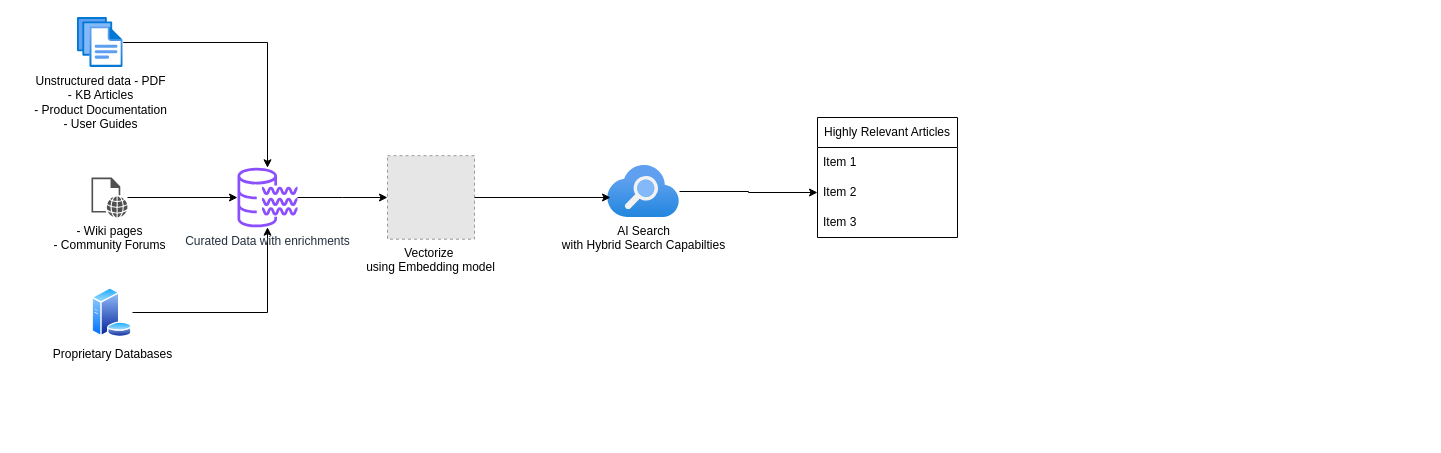
Above: RAG Pipeline.drawio in anildwarepo/draw.io-artifacts (draw.io), before the change. Source tidied: cells renumbered, new cells numbered last; positions are measured from the earlier drawing's top-left corner, leaving out a move shared by most shapes. Both pictures are drawn from the tidied source at 100%, with x=0, y=0 at pixel (77, 17). Pictures stored in the file or linked from it are replaced by grey dashed boxes.
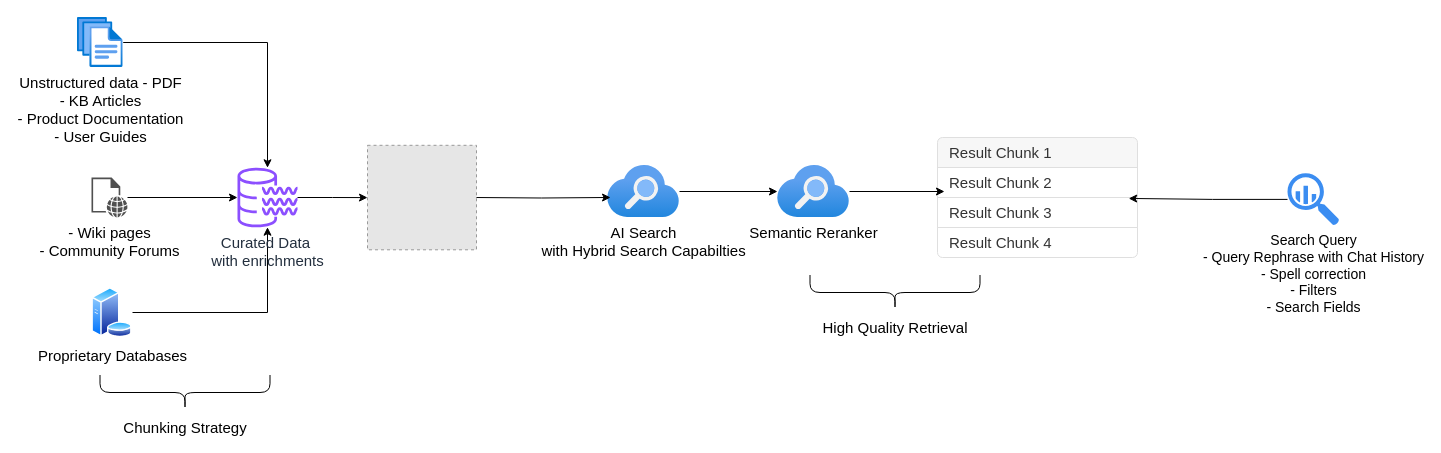
After the change.

Change to the diagram source:
```diff
@@
-    <mxCell id="2" style="edgeStyle=orthogonalEdgeStyle;rounded=0;jettySize=auto;html=1;" parent="1" edge="1" source="3" target="9">
+    <mxCell id="2" style="edgeStyle=orthogonalEdgeStyle;rounded=0;jettySize=auto;html=1;fontSize=15;" parent="1" edge="1" source="3" target="9">
       <mxGeometry relative="1" as="geometry" />
     </mxCell>
-    <mxCell id="3" value="Unstructured data - PDF&lt;div&gt;- KB Articles&lt;/div&gt;&lt;div&gt;- Product Documentation&lt;/div&gt;&lt;div&gt;- User Guides&lt;/div&gt;" style="image;html=1;points=[];align=center;fontSize=12;image=img/lib/azure2/general/Files.svg;" parent="1" vertex="1">
+    <mxCell id="3" value="Unstructured data - PDF&lt;div style=&quot;font-size: 15px;&quot;&gt;- KB Articles&lt;/div&gt;&lt;div style=&quot;font-size: 15px;&quot;&gt;- Product Documentation&lt;/div&gt;&lt;div style=&quot;font-size: 15px;&quot;&gt;- User Guides&lt;/div&gt;" style="image;html=1;points=[];align=center;fontSize=15;image=img/lib/azure2/general/Files.svg;" parent="1" vertex="1">
       <mxGeometry width="45.7" height="50" as="geometry" />
     </mxCell>
-    <mxCell id="4" style="edgeStyle=orthogonalEdgeStyle;rounded=0;jettySize=auto;html=1;" parent="1" edge="1" source="5" target="9">
+    <mxCell id="4" style="edgeStyle=orthogonalEdgeStyle;rounded=0;jettySize=auto;html=1;fontSize=15;" parent="1" edge="1" source="5" target="9">
       <mxGeometry relative="1" as="geometry" />
     </mxCell>
-    <mxCell id="5" value="- Wiki pages&lt;div&gt;- Community Forums&lt;/div&gt;" style="sketch=0;shadow=0;dashed=0;html=1;strokeColor=none;fillColor=#505050;labelPosition=center;verticalLabelPosition=bottom;verticalAlign=top;outlineConnect=0;align=center;shape=mxgraph.office.concepts.web_page;" parent="1" vertex="1">
+    <mxCell id="5" value="- Wiki pages&lt;div style=&quot;font-size: 15px;&quot;&gt;- Community Forums&lt;/div&gt;" style="sketch=0;shadow=0;dashed=0;html=1;strokeColor=none;fillColor=#505050;labelPosition=center;verticalLabelPosition=bottom;verticalAlign=top;outlineConnect=0;align=center;shape=mxgraph.office.concepts.web_page;fontSize=15;" parent="1" vertex="1">
       <mxGeometry x="14" y="160" width="36" height="40" as="geometry" />
     </mxCell>
-    <mxCell id="6" style="edgeStyle=orthogonalEdgeStyle;rounded=0;jettySize=auto;html=1;" parent="1" edge="1" source="7" target="9">
+    <mxCell id="6" style="edgeStyle=orthogonalEdgeStyle;rounded=0;jettySize=auto;html=1;fontSize=15;" parent="1" edge="1" source="7" target="9">
       <mxGeometry relative="1" as="geometry" />
     </mxCell>
-    <mxCell id="7" value="Proprietary Databases" style="image;perimeter=ellipsePerimeter;html=1;align=center;shadow=0;dashed=0;spacingTop=3;image=img/lib/active_directory/database_server.svg;" parent="1" vertex="1">
+    <mxCell id="7" value="Proprietary Databases" style="image;perimeter=ellipsePerimeter;html=1;align=center;shadow=0;dashed=0;spacingTop=3;image=img/lib/active_directory/database_server.svg;fontSize=15;" parent="1" vertex="1">
       <mxGeometry x="14" y="270" width="41" height="50" as="geometry" />
     </mxCell>
-    <mxCell id="8" style="edgeStyle=orthogonalEdgeStyle;rounded=0;jettySize=auto;html=1;" parent="1" edge="1" source="9" target="10">
-      <mxGeometry relative="1" as="geometry" />
-    </mxCell>
+    <mxCell id="18" style="edgeStyle=orthogonalEdgeStyle;rounded=0;jettySize=auto;html=1;" parent="1" edge="1" source="9" target="29">
+      <mxGeometry relative="1" as="geometry" />
+    </mxCell>
-    <mxCell id="9" value="Curated Data with enrichments" style="sketch=0;outlineConnect=0;fontColor=#232F3E;gradientColor=none;fillColor=#8C4FFF;strokeColor=none;dashed=0;verticalLabelPosition=bottom;verticalAlign=top;align=center;html=1;fontSize=12;fontStyle=0;shape=mxgraph.aws4.data_lake_resource_icon;" parent="1" vertex="1">
+    <mxCell id="9" value="Curated Data&amp;nbsp;&lt;div&gt;with enrichments&lt;/div&gt;" style="sketch=0;outlineConnect=0;fontColor=#232F3E;gradientColor=none;fillColor=#8C4FFF;strokeColor=none;dashed=0;verticalLabelPosition=bottom;verticalAlign=top;align=center;html=1;fontSize=15;fontStyle=0;shape=mxgraph.aws4.data_lake_resource_icon;" parent="1" vertex="1">
       <mxGeometry x="160" y="150" width="60" height="60" as="geometry" />
     </mxCell>
-    <mxCell id="10" value="Vectorize &#10;using Embedding model" style="fillColor=#E6E6E6;strokeColor=#999999;dashed=1;verticalLabelPosition=bottom;labelBackgroundColor=default;verticalAlign=top;" parent="1" vertex="1">
-      <mxGeometry x="310" y="138.2" width="87" height="83.5" as="geometry" />
-    </mxCell>
-    <mxCell id="11" style="edgeStyle=orthogonalEdgeStyle;rounded=0;jettySize=auto;html=1;entryX=0;entryY=0.5;entryDx=0;entryDy=0;" parent="1" edge="1" source="12" target="16">
-      <mxGeometry relative="1" as="geometry" />
-    </mxCell>
+    <mxCell id="19" style="edgeStyle=orthogonalEdgeStyle;rounded=0;jettySize=auto;html=1;fontSize=15;" parent="1" edge="1" source="12" target="20">
+      <mxGeometry relative="1" as="geometry" />
+    </mxCell>
-    <mxCell id="12" value="AI Search&lt;div&gt;with Hybrid Search Capabilties&lt;/div&gt;" style="image;html=1;points=[];align=center;fontSize=12;image=img/lib/azure2/app_services/Search_Services.svg;" parent="1" vertex="1">
+    <mxCell id="12" value="AI Search&lt;div style=&quot;font-size: 15px;&quot;&gt;with Hybrid Search Capabilties&lt;/div&gt;" style="image;html=1;points=[];align=center;fontSize=15;image=img/lib/azure2/app_services/Search_Services.svg;" parent="1" vertex="1">
       <mxGeometry x="530" y="148" width="72" height="52" as="geometry" />
     </mxCell>
-    <mxCell id="13" style="edgeStyle=orthogonalEdgeStyle;rounded=0;jettySize=auto;html=1;entryX=0.042;entryY=0.615;entryDx=0;entryDy=0;entryPerimeter=0;" parent="1" edge="1" source="10" target="12">
-      <mxGeometry relative="1" as="geometry" />
+    <mxCell id="13" style="edgeStyle=orthogonalEdgeStyle;rounded=0;jettySize=auto;html=1;entryX=0.042;entryY=0.615;entryDx=0;entryDy=0;entryPerimeter=0;fontSize=15;" parent="1" edge="1" target="12">
+      <mxGeometry relative="1" as="geometry">
+        <mxPoint x="397" y="180" as="sourcePoint" />
+      </mxGeometry>
     </mxCell>
-    <mxCell id="14" value="Highly Relevant Articles" style="swimlane;fontStyle=0;horizontal=1;startSize=30;whiteSpace=wrap;html=1;" parent="1" vertex="1">
-      <mxGeometry x="740" y="100" width="140" height="120" as="geometry" />
-    </mxCell>
-    <mxCell id="15" value="Item 1" style="text;strokeColor=none;fillColor=none;align=left;verticalAlign=middle;spacingLeft=4;spacingRight=4;overflow=hidden;whiteSpace=wrap;html=1;" parent="14" vertex="1">
-      <mxGeometry y="30" width="140" height="30" as="geometry" />
-    </mxCell>
-    <mxCell id="16" value="Item 2" style="text;strokeColor=none;fillColor=none;align=left;verticalAlign=middle;spacingLeft=4;spacingRight=4;overflow=hidden;points=[[0,0.5],[1,0.5]];portConstraint=eastwest;whiteSpace=wrap;html=1;" parent="14" vertex="1">
-      <mxGeometry y="60" width="140" height="30" as="geometry" />
-    </mxCell>
-    <mxCell id="17" value="Item 3" style="text;strokeColor=none;fillColor=none;align=left;verticalAlign=middle;spacingLeft=4;spacingRight=4;overflow=hidden;whiteSpace=wrap;html=1;" parent="14" vertex="1">
-      <mxGeometry y="90" width="140" height="30" as="geometry" />
-    </mxCell>
+    <mxCell id="20" value="Semantic Reranker" style="image;html=1;points=[];align=center;fontSize=15;image=img/lib/azure2/app_services/Search_Services.svg;" parent="1" vertex="1">
+      <mxGeometry x="700" y="148" width="72" height="52" as="geometry" />
+    </mxCell>
+    <mxCell id="21" style="swimlane;fontStyle=0;horizontal=1;startSize=0;whiteSpace=wrap;html=1;strokeColor=none;fillColor=none;fontSize=15;" parent="1" vertex="1">
+      <mxGeometry x="860" y="120" width="200" height="120" as="geometry" />
+    </mxCell>
+    <mxCell id="22" value="Result Chunk 1" style="text;strokeColor=#DFDFDF;fillColor=#F7F7F7;align=left;verticalAlign=middle;spacingLeft=10;spacingRight=10;overflow=hidden;whiteSpace=wrap;html=1;shape=mxgraph.bootstrap.topButton;rSize=5;fontColor=#333333;fontSize=15;" parent="21" vertex="1">
+      <mxGeometry width="200" height="30" as="geometry" />
+    </mxCell>
+    <mxCell id="23" value="Result Chunk 2" style="text;strokeColor=#DFDFDF;fillColor=#FFFFFF;align=left;verticalAlign=middle;spacingLeft=10;spacingRight=10;overflow=hidden;points=[[0,0.5],[1,0.5]];portConstraint=eastwest;whiteSpace=wrap;html=1;rSize=5;fontColor=#333333;fontSize=15;" parent="21" vertex="1">
+      <mxGeometry y="30" width="200" height="30" as="geometry" />
+    </mxCell>
+    <mxCell id="24" value="Result Chunk 3" style="text;strokeColor=#DFDFDF;fillColor=#FFFFFF;align=left;verticalAlign=middle;spacingLeft=10;spacingRight=10;overflow=hidden;whiteSpace=wrap;html=1;rSize=5;fontColor=#333333;fontSize=15;" parent="21" vertex="1">
+      <mxGeometry y="60" width="200" height="30" as="geometry" />
+    </mxCell>
+    <mxCell id="25" value="Result Chunk 4" style="text;strokeColor=#DFDFDF;fillColor=#FFFFFF;align=left;verticalAlign=middle;spacingLeft=10;spacingRight=10;overflow=hidden;whiteSpace=wrap;html=1;shape=mxgraph.bootstrap.bottomButton;rSize=5;fontColor=#333333;fontSize=15;" parent="21" vertex="1">
+      <mxGeometry y="90" width="200" height="30" as="geometry" />
+    </mxCell>
+    <mxCell id="26" value="Chunking Strategy" style="shape=curlyBracket;whiteSpace=wrap;html=1;rounded=1;flipH=1;labelPosition=right;verticalLabelPosition=middle;align=center;verticalAlign=middle;rotation=90;textDirection=ltr;horizontal=0;flipV=1;fontSize=15;" parent="1" vertex="1">
+      <mxGeometry x="90" y="290" width="35" height="170" as="geometry" />
+    </mxCell>
+    <mxCell id="27" style="edgeStyle=orthogonalEdgeStyle;rounded=0;jettySize=auto;html=1;entryX=0.035;entryY=0.8;entryDx=0;entryDy=0;entryPerimeter=0;fontSize=15;" parent="1" edge="1" source="20" target="23">
+      <mxGeometry relative="1" as="geometry" />
+    </mxCell>
+    <mxCell id="28" value="High Quality Retrieval" style="shape=curlyBracket;whiteSpace=wrap;html=1;rounded=1;flipH=1;labelPosition=right;verticalLabelPosition=middle;align=center;verticalAlign=middle;rotation=90;textDirection=ltr;horizontal=0;flipV=1;fontSize=15;" parent="1" vertex="1">
+      <mxGeometry x="800" y="190" width="35" height="170" as="geometry" />
+    </mxCell>
+    <mxCell id="29" style="fillColor=#E6E6E6;strokeColor=#999999;dashed=1;verticalLabelPosition=bottom;labelBackgroundColor=default;verticalAlign=top;" parent="1" vertex="1">
+      <mxGeometry x="290" y="127.8" width="109" height="104.5" as="geometry" />
+    </mxCell>
+    <mxCell id="30" value="&lt;font style=&quot;font-size: 14px;&quot;&gt;Search Query&lt;/font&gt;&lt;div&gt;&lt;font style=&quot;font-size: 14px;&quot;&gt;- Query Rephrase with Chat History&lt;/font&gt;&lt;/div&gt;&lt;div&gt;&lt;font style=&quot;font-size: 14px;&quot;&gt;- Spell correction&lt;/font&gt;&lt;/div&gt;&lt;div&gt;&lt;font style=&quot;font-size: 14px;&quot;&gt;- Filters&lt;/font&gt;&lt;/div&gt;&lt;div&gt;&lt;font style=&quot;font-size: 14px;&quot;&gt;- Search Fields&lt;/font&gt;&lt;/div&gt;" style="sketch=0;html=1;strokeColor=none;shadow=0;fillColor=#3B8DF1;verticalAlign=top;labelPosition=center;verticalLabelPosition=bottom;shape=mxgraph.gcp2.big_query;" parent="1" vertex="1">
+      <mxGeometry x="1210" y="155.8" width="51.7" height="52.2" as="geometry" />
+    </mxCell>
+    <mxCell id="31" style="edgeStyle=orthogonalEdgeStyle;rounded=0;jettySize=auto;html=1;entryX=0.956;entryY=0.508;entryDx=0;entryDy=0;entryPerimeter=0;" parent="1" edge="1" source="30" target="21">
+      <mxGeometry relative="1" as="geometry" />
+    </mxCell>
```
